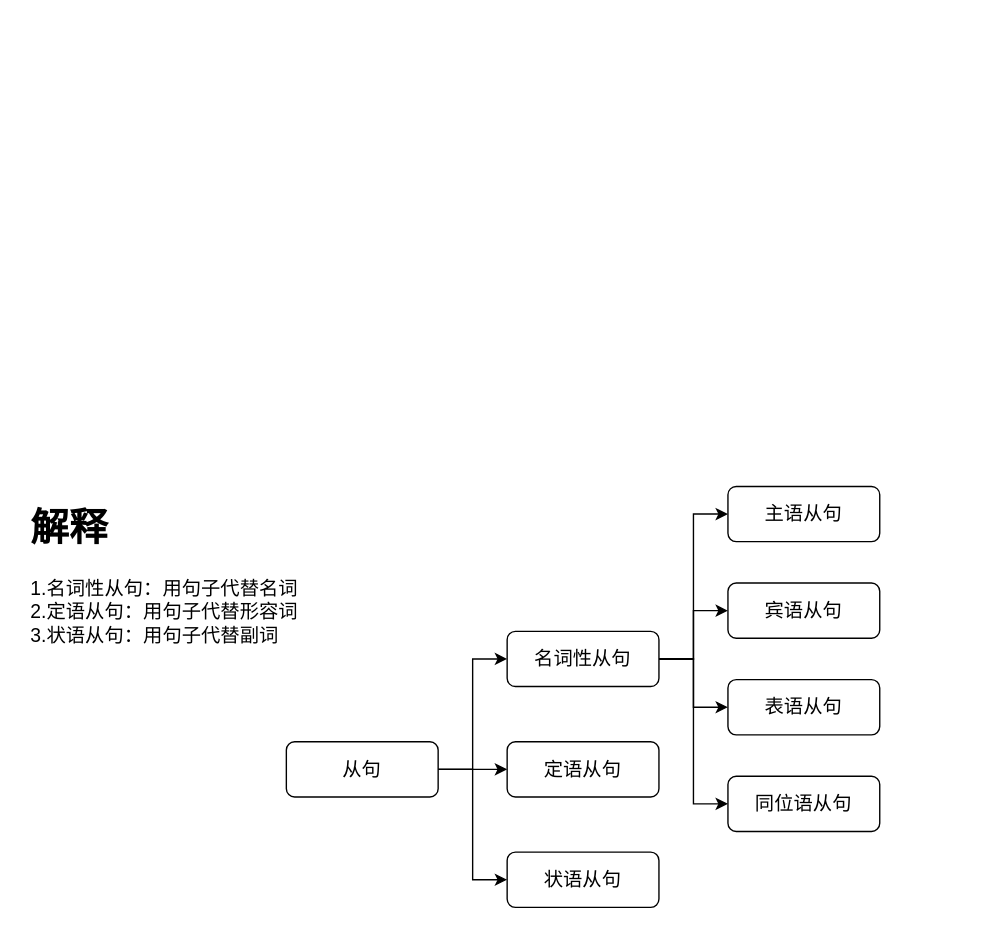
The draw.io diagram learning english Diagram.drawio in ClarkArden/drawio_repository, before the edit. Source tidied: cells renumbered, new cells numbered last; positions are measured from the earlier drawing's top-left corner, leaving out a move shared by most shapes. Both pictures are drawn from the tidied source at 138%, with x=0, y=0 at pixel (23, 486).
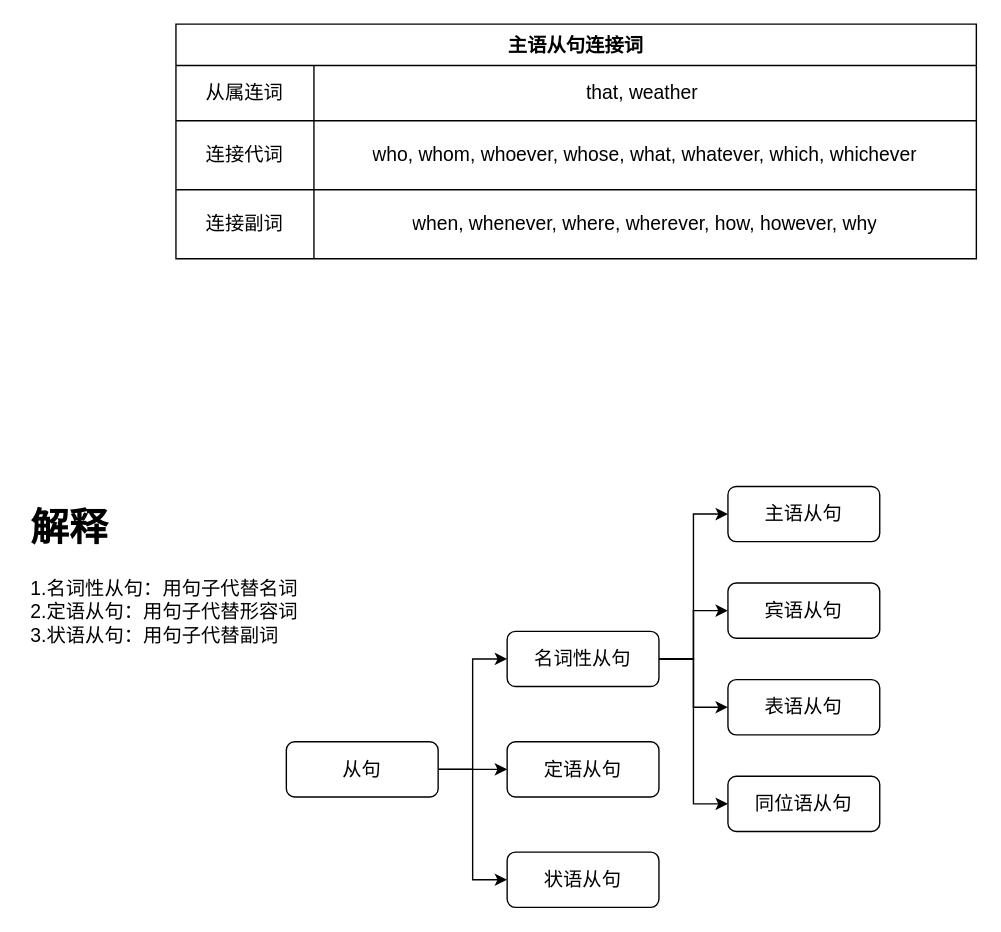
After the change.

Change to the diagram source:
```diff
@@
+    <mxCell id="18" value="主语从句连接词" style="shape=table;startSize=30;childLayout=tableLayout;fontStyle=1;align=center;fontSize=14;" parent="1" vertex="1">
+      <mxGeometry x="110" y="-335" width="580" height="170" as="geometry" />
+    </mxCell>
+    <mxCell id="19" style="shape=partialRectangle;html=1;whiteSpace=wrap;fillColor=none;top=0;left=0;bottom=0;right=0;fontSize=14;" parent="18" vertex="1">
+      <mxGeometry y="30" width="580" height="40" as="geometry" />
+    </mxCell>
+    <mxCell id="20" value="从属连词" style="shape=partialRectangle;html=1;whiteSpace=wrap;fillColor=none;top=0;left=0;bottom=0;right=0;overflow=hidden;fontSize=14;" parent="19" vertex="1">
+      <mxGeometry width="100" height="40" as="geometry" />
+    </mxCell>
+    <mxCell id="21" value="that, weather&amp;nbsp;" style="shape=partialRectangle;html=1;whiteSpace=wrap;fillColor=none;top=0;left=0;bottom=0;right=0;overflow=hidden;fontSize=14;" parent="19" vertex="1">
+      <mxGeometry x="100" width="480" height="40" as="geometry" />
+    </mxCell>
+    <mxCell id="22" style="shape=partialRectangle;html=1;whiteSpace=wrap;fillColor=none;top=0;left=0;bottom=0;right=0;fontSize=14;" parent="18" vertex="1">
+      <mxGeometry y="70" width="580" height="50" as="geometry" />
+    </mxCell>
+    <mxCell id="23" value="连接代词" style="shape=partialRectangle;html=1;whiteSpace=wrap;fillColor=none;top=0;left=0;bottom=0;right=0;overflow=hidden;fontSize=14;" parent="22" vertex="1">
+      <mxGeometry width="100" height="50" as="geometry" />
+    </mxCell>
+    <mxCell id="24" value="who, whom, whoever, whose, what, whatever, which, whichever" style="shape=partialRectangle;html=1;whiteSpace=wrap;fillColor=none;top=0;left=0;bottom=0;right=0;overflow=hidden;fontSize=14;" parent="22" vertex="1">
+      <mxGeometry x="100" width="480" height="50" as="geometry" />
+    </mxCell>
+    <mxCell id="25" style="shape=partialRectangle;html=1;whiteSpace=wrap;fillColor=none;top=0;left=0;bottom=0;right=0;fontSize=14;" parent="18" vertex="1">
+      <mxGeometry y="120" width="580" height="50" as="geometry" />
+    </mxCell>
+    <mxCell id="26" value="连接副词" style="shape=partialRectangle;html=1;whiteSpace=wrap;fillColor=none;top=0;left=0;bottom=0;right=0;overflow=hidden;fontSize=14;" parent="25" vertex="1">
+      <mxGeometry width="100" height="50" as="geometry" />
+    </mxCell>
+    <mxCell id="27" value="when, whenever, where, wherever, how, however, why" style="shape=partialRectangle;html=1;whiteSpace=wrap;fillColor=none;top=0;left=0;bottom=0;right=0;overflow=hidden;fontSize=14;" parent="25" vertex="1">
+      <mxGeometry x="100" width="480" height="50" as="geometry" />
+    </mxCell>
```
